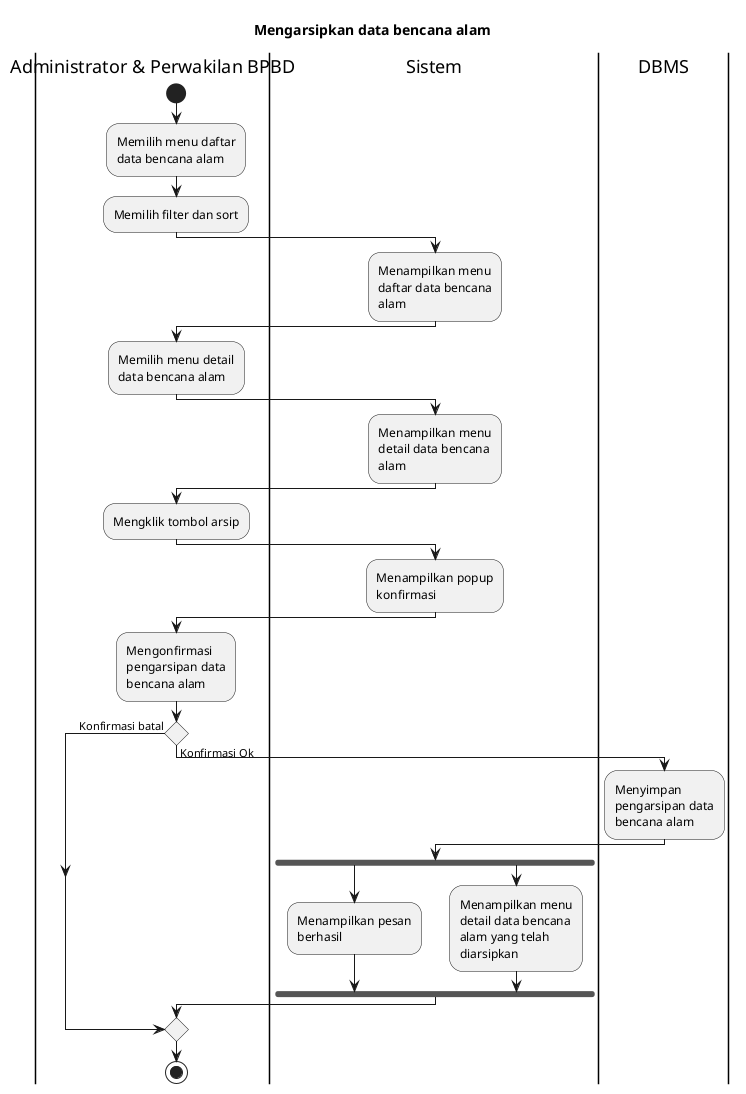
The PlantUML diagram export/Activity Diagrams/UC-MGDISASTER - Manajemen Data Bencana/UC-MGDISASTER-009 - Mengarsipkan data bencana alam.png in bagusNA/appl-diagrams, before a commit.
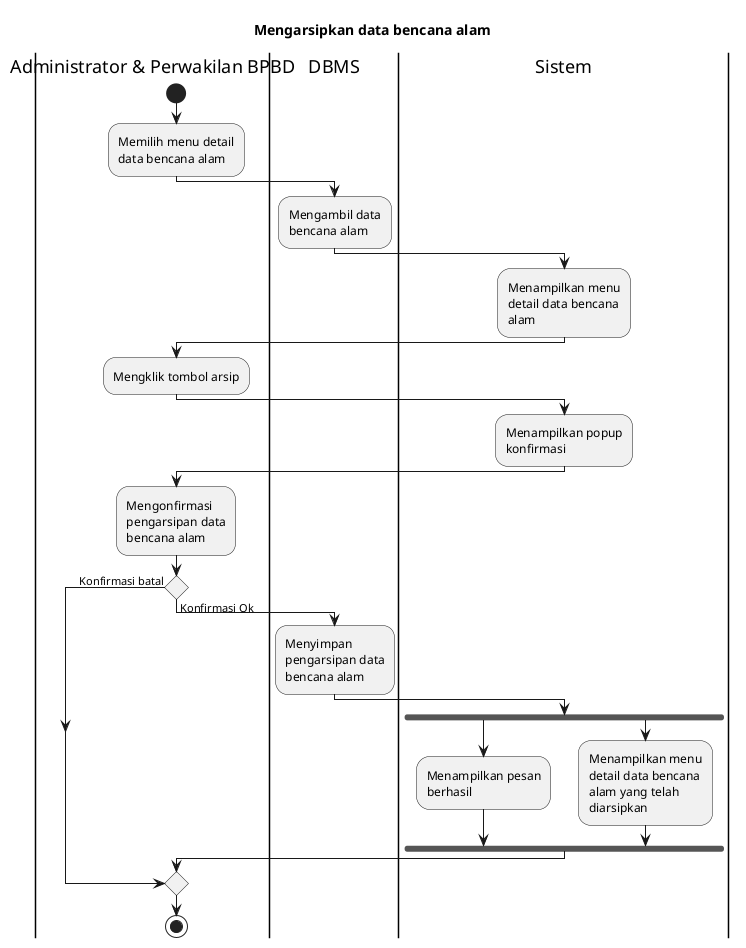
After the change.

What changed in the source:
```diff
@@ -5,14 +5,11 @@
 
 |Administrator & Perwakilan BPBD|
 start
-:Memilih menu daftar data bencana alam;
-:Memilih filter dan sort;
-
-|Sistem|
-:Menampilkan menu daftar data bencana alam;
-
 |Administrator & Perwakilan BPBD|
 :Memilih menu detail data bencana alam;
+
+|DBMS|
+:Mengambil data bencana alam;
 
 |Sistem|
 :Menampilkan menu detail data bencana alam;
```
